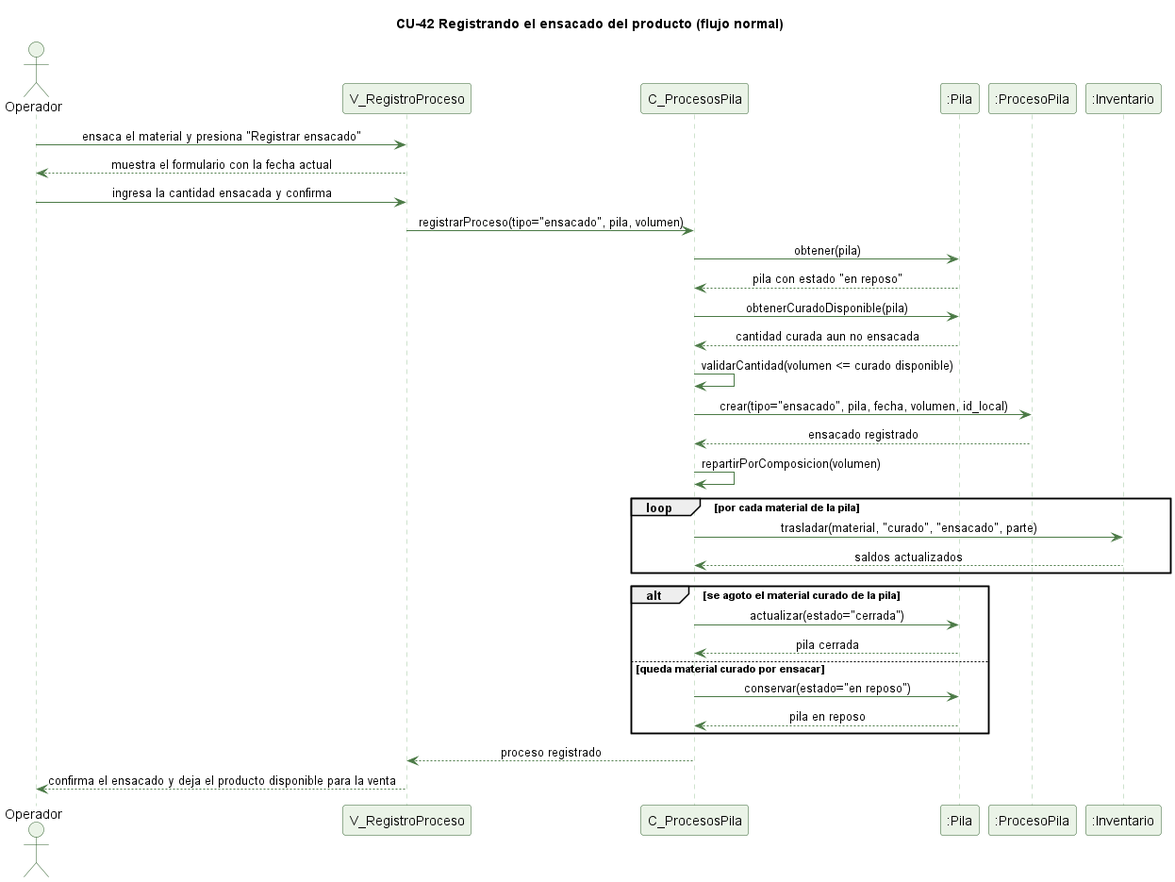
Earlier version of the PlantUML export docs/trabajo-grupal/diagramas/secuencias/cu42-ensacado-normal.png (kenjikaese/Triverde). Its diagram source:
```plantuml
@startuml cu42-ensacado-normal
skinparam backgroundColor #FFFFFF
skinparam shadowing false
skinparam defaultFontName Helvetica
skinparam sequenceMessageAlign center
skinparam ParticipantBackgroundColor #EAF3E7
skinparam ParticipantBorderColor #2E5E2A
skinparam ActorBackgroundColor #EAF3E7
skinparam ActorBorderColor #2E5E2A
skinparam sequenceLifeLineBorderColor #9CC49A
skinparam ArrowColor #4B7A46

title CU-42 Registrando el ensacado del producto (flujo normal)

actor Operador
participant "V_RegistroProceso" as V
participant "C_ProcesosPila" as C
participant ":Pila" as P
participant ":ProcesoPila" as PP
participant ":Inventario" as I

Operador -> V : ensaca el material y presiona "Registrar ensacado"
V --> Operador : muestra el formulario con la fecha actual
Operador -> V : ingresa la cantidad ensacada y confirma
V -> C : registrarProceso(tipo="ensacado", pila, volumen)
C -> P : obtener(pila)
P --> C : pila con estado "en reposo"
C -> P : obtenerCuradoDisponible(pila)
P --> C : cantidad curada aun no ensacada
C -> C : validarCantidad(volumen <= curado disponible)
C -> PP : crear(tipo="ensacado", pila, fecha, volumen, id_local)
PP --> C : ensacado registrado
C -> C : repartirPorComposicion(volumen)
loop por cada material de la pila
  C -> I : trasladar(material, "curado", "ensacado", parte)
  I --> C : saldos actualizados
end
alt se agoto el material curado de la pila
  C -> P : actualizar(estado="cerrada")
  P --> C : pila cerrada
else queda material curado por ensacar
  C -> P : conservar(estado="en reposo")
  P --> C : pila en reposo
end
C --> V : proceso registrado
V --> Operador : confirma el ensacado y deja el producto disponible para la venta

@enduml
```
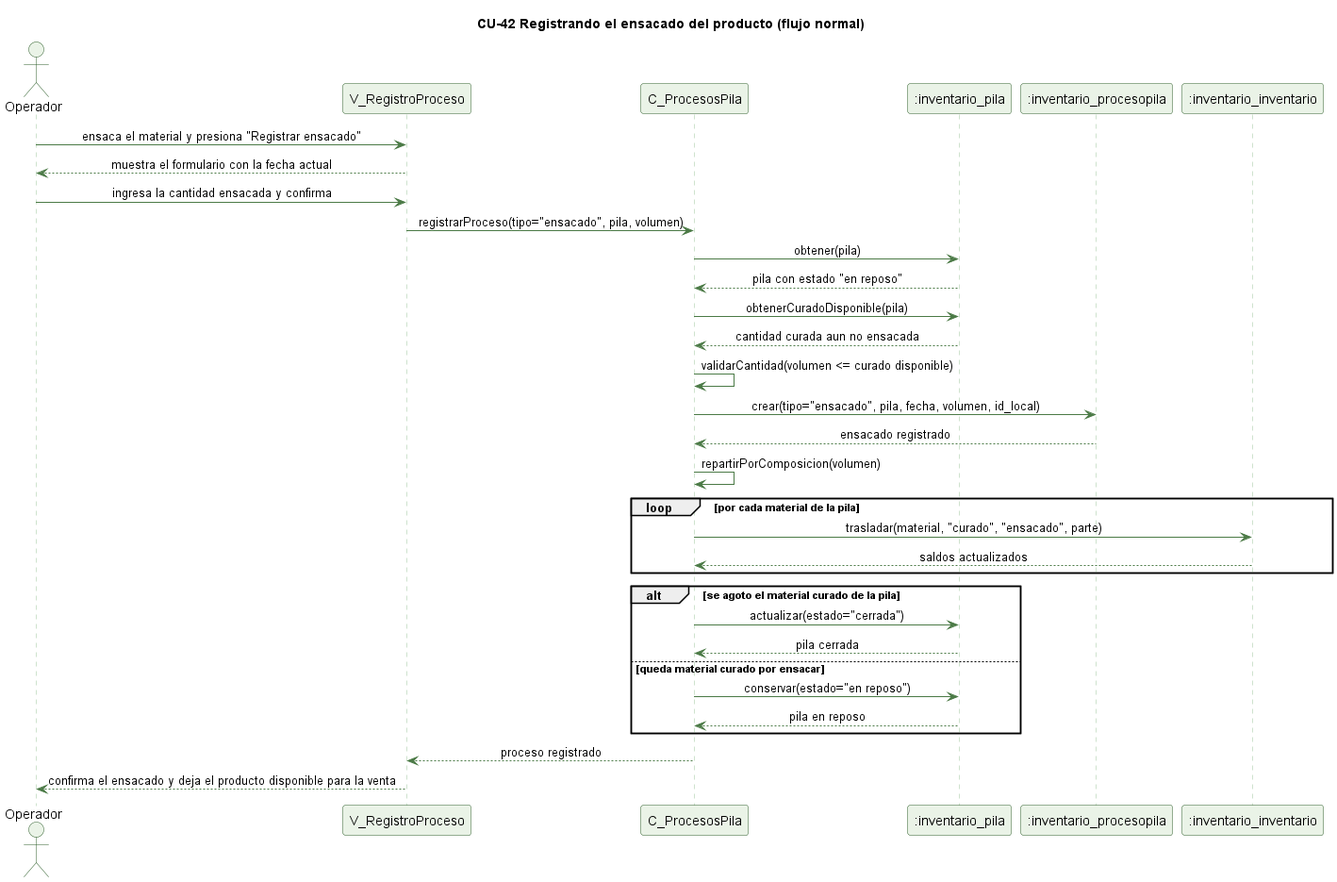
Above is the later version.

Diff of the diagram source:
```diff
@@ -15,9 +15,9 @@
 actor Operador
 participant "V_RegistroProceso" as V
 participant "C_ProcesosPila" as C
-participant ":Pila" as P
-participant ":ProcesoPila" as PP
-participant ":Inventario" as I
+participant ":inventario_pila" as P
+participant ":inventario_procesopila" as PP
+participant ":inventario_inventario" as I
 
 Operador -> V : ensaca el material y presiona "Registrar ensacado"
 V --> Operador : muestra el formulario con la fecha actual
```
